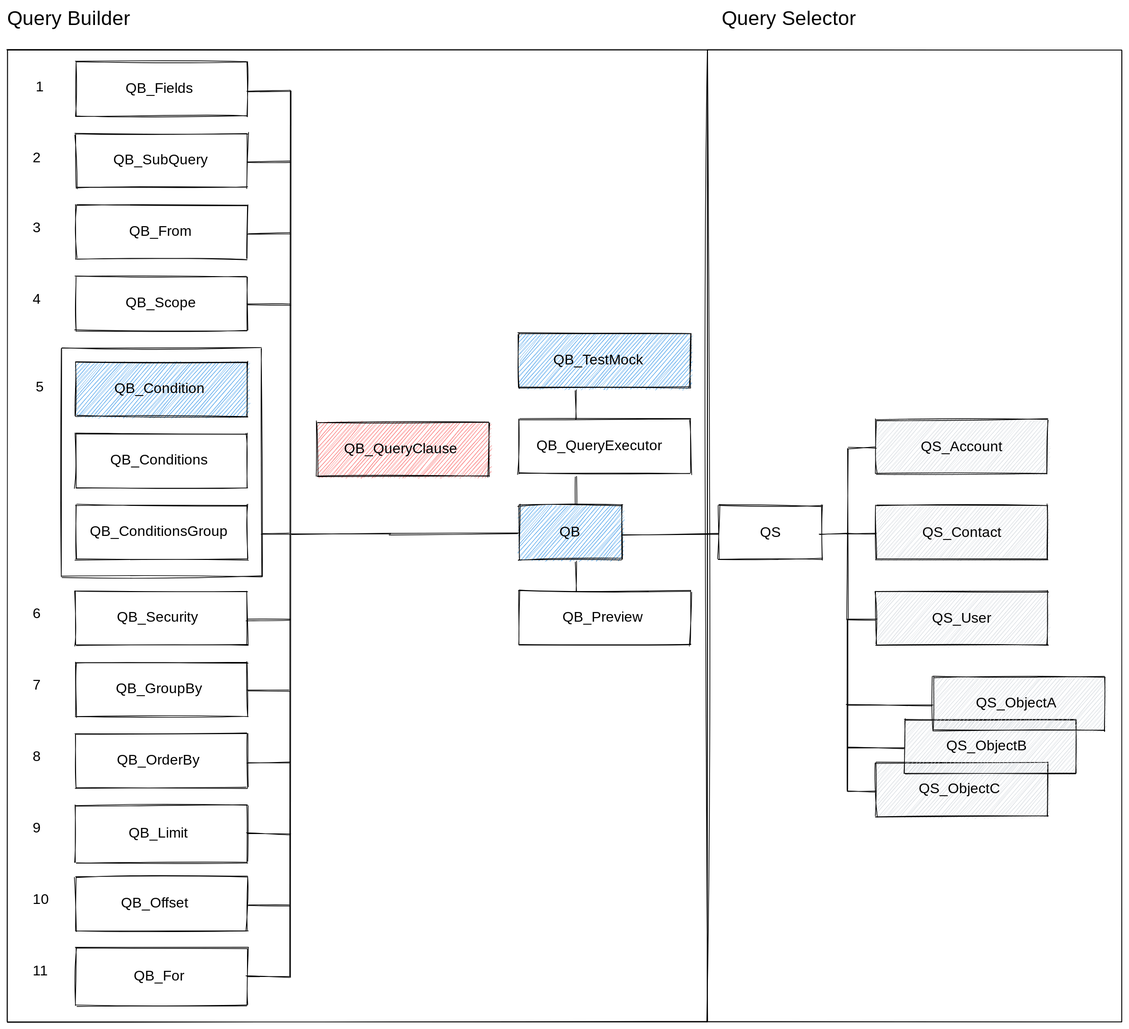
beyond-the-cloud-dev/soql-lib keeps this Excalidraw diagram as README.svg. Above is the earlier version. Source tidied: one line per element, renumbered; positions are measured from the earlier drawing's top-left corner, leaving out a move shared by most shapes.
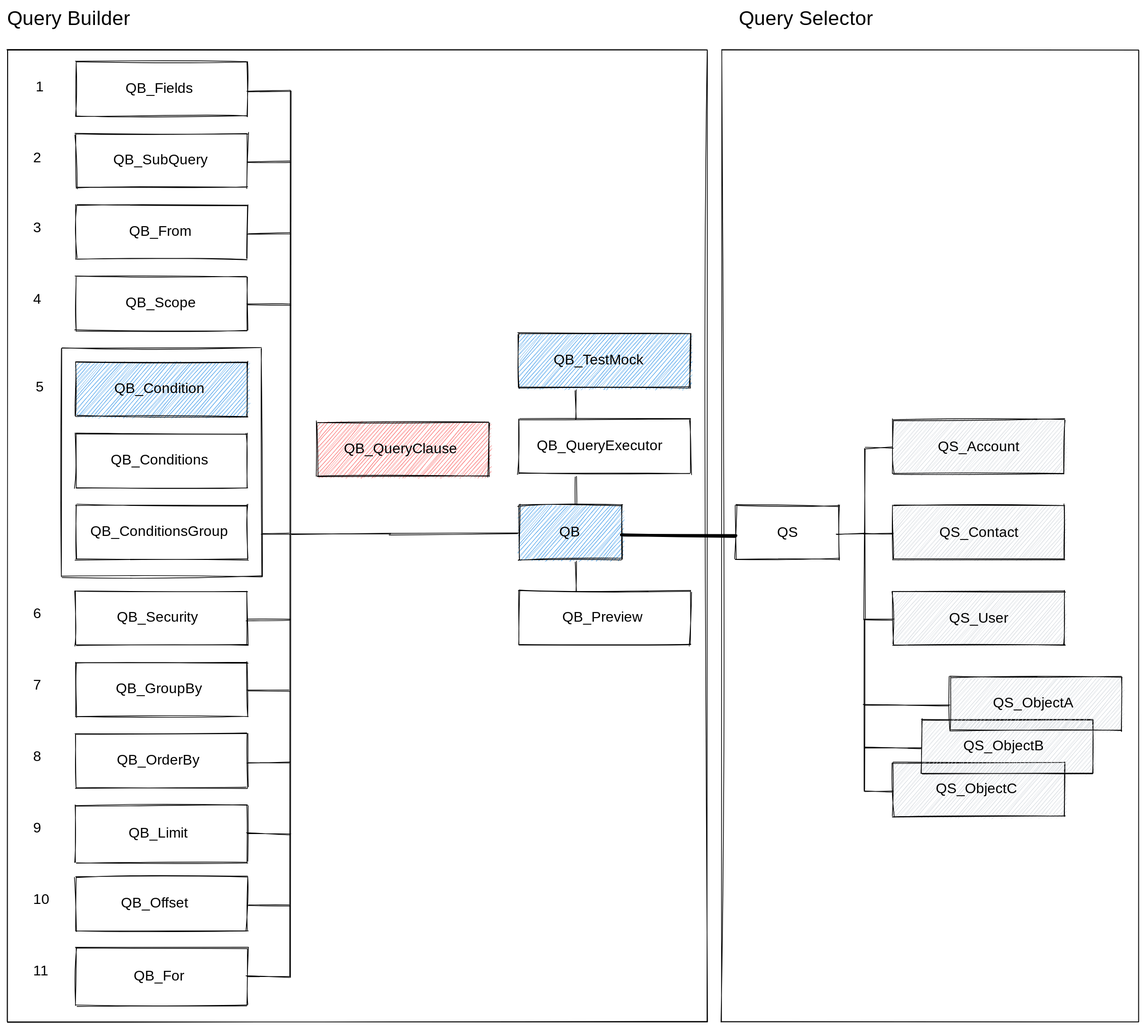
Above is the later version.

Change to the diagram source:
```diff
@@ -60,34 +60,34 @@
 {"id": 59, "type": "text", "text": "9", "strokeColor": "#000000", "backgroundColor": "#228be6", "fillStyle": "hachure", "strokeWidth": 1, "roughness": 1, "fontSize": 20, "fontFamily": 1, "x": 36, "y": 1137, "width": 14, "height": 25}
 {"id": 60, "type": "text", "text": "10", "strokeColor": "#000000", "backgroundColor": "#228be6", "fillStyle": "hachure", "strokeWidth": 1, "roughness": 1, "fontSize": 20, "fontFamily": 1, "x": 36, "y": 1237, "width": 21, "height": 25}
 {"id": 61, "type": "text", "text": "11", "strokeColor": "#000000", "backgroundColor": "#228be6", "fillStyle": "hachure", "strokeWidth": 1, "roughness": 1, "fontSize": 20, "fontFamily": 1, "x": 36, "y": 1337, "width": 13, "height": 25}
-{"id": 62, "type": "line", "strokeColor": "#000000", "backgroundColor": "#228be6", "fillStyle": "hachure", "strokeWidth": 1, "roughness": 1, "x": 862, "y": 738, "width": 134, "height": 1, "points": [[0, 0], [134, -1]]}
+{"id": 62, "type": "line", "strokeColor": "#000000", "backgroundColor": "#228be6", "fillStyle": "hachure", "strokeWidth": 4, "roughness": 1, "x": 862, "y": 738, "width": 158, "height": 2, "points": [[0, 0], [158, 2]]}
-{"id": 63, "type": "rectangle", "strokeColor": "#000000", "strokeWidth": 1, "roughness": 1, "x": 996, "y": 697, "width": 144, "height": 76}
+{"id": 63, "type": "rectangle", "strokeColor": "#000000", "strokeWidth": 1, "roughness": 1, "x": 1020, "y": 697, "width": 144, "height": 76}
-{"id": 64, "type": "text", "text": "QS", "strokeColor": "#000000", "strokeWidth": 1, "roughness": 1, "fontSize": 20, "fontFamily": 1, "textAlign": "center", "verticalAlign": "middle", "inside": 63, "x": 1054, "y": 723, "width": 28, "height": 25}
+{"id": 64, "type": "text", "text": "QS", "strokeColor": "#000000", "strokeWidth": 1, "roughness": 1, "fontSize": 20, "fontFamily": 1, "textAlign": "center", "verticalAlign": "middle", "inside": 63, "x": 1078, "y": 723, "width": 28, "height": 25}
-{"id": 65, "type": "rectangle", "strokeColor": "#000000", "backgroundColor": "#ced4da", "fillStyle": "hachure", "strokeWidth": 1, "roughness": 1, "x": 1216, "y": 817, "width": 240, "height": 76}
+{"id": 65, "type": "rectangle", "strokeColor": "#000000", "backgroundColor": "#ced4da", "fillStyle": "hachure", "strokeWidth": 1, "roughness": 1, "x": 1240, "y": 817, "width": 240, "height": 76}
-{"id": 66, "type": "text", "text": "QS_User", "strokeColor": "#000000", "strokeWidth": 1, "roughness": 1, "fontSize": 20, "fontFamily": 1, "textAlign": "center", "verticalAlign": "middle", "inside": 65, "x": 1292, "y": 843, "width": 89, "height": 25}
+{"id": 66, "type": "text", "text": "QS_User", "strokeColor": "#000000", "strokeWidth": 1, "roughness": 1, "fontSize": 20, "fontFamily": 1, "textAlign": "center", "verticalAlign": "middle", "inside": 65, "x": 1316, "y": 843, "width": 89, "height": 25}
-{"id": 67, "type": "rectangle", "strokeColor": "#000000", "backgroundColor": "#ced4da", "fillStyle": "hachure", "strokeWidth": 1, "roughness": 1, "x": 1216, "y": 697, "width": 240, "height": 76}
+{"id": 67, "type": "rectangle", "strokeColor": "#000000", "backgroundColor": "#ced4da", "fillStyle": "hachure", "strokeWidth": 1, "roughness": 1, "x": 1240, "y": 697, "width": 240, "height": 76}
-{"id": 68, "type": "text", "text": "QS_Contact", "strokeColor": "#000000", "strokeWidth": 1, "roughness": 1, "fontSize": 20, "fontFamily": 1, "textAlign": "center", "verticalAlign": "middle", "inside": 67, "x": 1274, "y": 723, "width": 124, "height": 25}
+{"id": 68, "type": "text", "text": "QS_Contact", "strokeColor": "#000000", "strokeWidth": 1, "roughness": 1, "fontSize": 20, "fontFamily": 1, "textAlign": "center", "verticalAlign": "middle", "inside": 67, "x": 1298, "y": 723, "width": 124, "height": 25}
-{"id": 69, "type": "rectangle", "strokeColor": "#000000", "backgroundColor": "#ced4da", "fillStyle": "hachure", "strokeWidth": 1, "roughness": 1, "x": 1216, "y": 577, "width": 240, "height": 76}
+{"id": 69, "type": "rectangle", "strokeColor": "#000000", "backgroundColor": "#ced4da", "fillStyle": "hachure", "strokeWidth": 1, "roughness": 1, "x": 1240, "y": 577, "width": 240, "height": 76}
-{"id": 70, "type": "text", "text": "QS_Account", "strokeColor": "#000000", "strokeWidth": 1, "roughness": 1, "fontSize": 20, "fontFamily": 1, "textAlign": "center", "verticalAlign": "middle", "inside": 69, "x": 1276, "y": 603, "width": 121, "height": 25}
+{"id": 70, "type": "text", "text": "QS_Account", "strokeColor": "#000000", "strokeWidth": 1, "roughness": 1, "fontSize": 20, "fontFamily": 1, "textAlign": "center", "verticalAlign": "middle", "inside": 69, "x": 1300, "y": 603, "width": 121, "height": 25}
-{"id": 71, "type": "line", "strokeColor": "#000000", "strokeWidth": 1, "roughness": 1, "x": 1136, "y": 737, "width": 40, "height": 0, "points": [[0, 0], [40, 0]]}
+{"id": 71, "type": "line", "strokeColor": "#000000", "strokeWidth": 1, "roughness": 1, "x": 1160, "y": 737, "width": 40, "height": 0, "points": [[0, 0], [40, 0]]}
-{"id": 72, "type": "line", "strokeColor": "#000000", "strokeWidth": 1, "roughness": 1, "x": 1176, "y": 617, "width": 0, "height": 240, "points": [[0, 0], [0, 240]]}
+{"id": 72, "type": "line", "strokeColor": "#000000", "strokeWidth": 1, "roughness": 1, "x": 1200, "y": 617, "width": 0, "height": 240, "points": [[0, 0], [0, 240]]}
-{"id": 73, "type": "line", "strokeColor": "#000000", "strokeWidth": 1, "roughness": 1, "x": 1176, "y": 617, "width": 40, "height": 0, "points": [[0, 0], [40, 0]]}
+{"id": 73, "type": "line", "strokeColor": "#000000", "strokeWidth": 1, "roughness": 1, "x": 1200, "y": 617, "width": 40, "height": 0, "points": [[0, 0], [40, 0]]}
-{"id": 74, "type": "line", "strokeColor": "#000000", "strokeWidth": 1, "roughness": 1, "x": 1176, "y": 737, "width": 40, "height": 0, "points": [[0, 0], [40, 0]]}
+{"id": 74, "type": "line", "strokeColor": "#000000", "strokeWidth": 1, "roughness": 1, "x": 1200, "y": 737, "width": 40, "height": 0, "points": [[0, 0], [40, 0]]}
-{"id": 75, "type": "line", "strokeColor": "#000000", "strokeWidth": 1, "roughness": 1, "x": 1176, "y": 857, "width": 40, "height": 0, "points": [[0, 0], [40, 0]]}
+{"id": 75, "type": "line", "strokeColor": "#000000", "strokeWidth": 1, "roughness": 1, "x": 1200, "y": 857, "width": 40, "height": 0, "points": [[0, 0], [40, 0]]}
-{"id": 76, "type": "rectangle", "strokeColor": "#000000", "backgroundColor": "#ced4da", "fillStyle": "hachure", "strokeWidth": 1, "roughness": 1, "x": 1216, "y": 1057, "width": 240, "height": 76}
+{"id": 76, "type": "rectangle", "strokeColor": "#000000", "backgroundColor": "#ced4da", "fillStyle": "hachure", "strokeWidth": 1, "roughness": 1, "x": 1240, "y": 1057, "width": 240, "height": 76}
-{"id": 77, "type": "rectangle", "strokeColor": "#000000", "backgroundColor": "#ced4da", "fillStyle": "hachure", "strokeWidth": 1, "roughness": 1, "x": 1256, "y": 997, "width": 240, "height": 76}
+{"id": 77, "type": "rectangle", "strokeColor": "#000000", "backgroundColor": "#ced4da", "fillStyle": "hachure", "strokeWidth": 1, "roughness": 1, "x": 1280, "y": 997, "width": 240, "height": 76}
-{"id": 78, "type": "rectangle", "strokeColor": "#000000", "backgroundColor": "#ced4da", "fillStyle": "hachure", "strokeWidth": 1, "roughness": 1, "x": 1296, "y": 937, "width": 240, "height": 76}
+{"id": 78, "type": "rectangle", "strokeColor": "#000000", "backgroundColor": "#ced4da", "fillStyle": "hachure", "strokeWidth": 1, "roughness": 1, "x": 1320, "y": 937, "width": 240, "height": 76}
-{"id": 79, "type": "line", "strokeColor": "#000000", "strokeWidth": 1, "roughness": 1, "x": 1176, "y": 857, "width": 0, "height": 240, "points": [[0, 0], [0, 240]]}
+{"id": 79, "type": "line", "strokeColor": "#000000", "strokeWidth": 1, "roughness": 1, "x": 1200, "y": 857, "width": 0, "height": 240, "points": [[0, 0], [0, 240]]}
 {"id": 80, "type": "rectangle", "strokeColor": "#000000", "backgroundColor": "#fa5252", "fillStyle": "hachure", "strokeWidth": 1, "roughness": 1, "x": 434, "y": 581, "width": 240, "height": 76}
 {"id": 81, "type": "text", "text": "QB_QueryClause", "strokeColor": "#000000", "backgroundColor": "#fa5252", "fillStyle": "hachure", "strokeWidth": 1, "roughness": 1, "fontSize": 20, "fontFamily": 1, "x": 471, "y": 606, "width": 166, "height": 25}
-{"id": 82, "type": "text", "text": "QS_ObjectA", "strokeColor": "#000000", "backgroundColor": "#fa5252", "fillStyle": "hachure", "strokeWidth": 1, "roughness": 1, "fontSize": 20, "fontFamily": 1, "x": 1356, "y": 962, "width": 121, "height": 25}
+{"id": 82, "type": "text", "text": "QS_ObjectA", "strokeColor": "#000000", "backgroundColor": "#fa5252", "fillStyle": "hachure", "strokeWidth": 1, "roughness": 1, "fontSize": 20, "fontFamily": 1, "x": 1380, "y": 962, "width": 121, "height": 25}
-{"id": 83, "type": "text", "text": "QS_ObjectB", "strokeColor": "#000000", "backgroundColor": "#fa5252", "fillStyle": "hachure", "strokeWidth": 1, "roughness": 1, "fontSize": 20, "fontFamily": 1, "x": 1314, "y": 1022, "width": 123, "height": 25}
+{"id": 83, "type": "text", "text": "QS_ObjectB", "strokeColor": "#000000", "backgroundColor": "#fa5252", "fillStyle": "hachure", "strokeWidth": 1, "roughness": 1, "fontSize": 20, "fontFamily": 1, "x": 1338, "y": 1022, "width": 123, "height": 25}
-{"id": 84, "type": "text", "text": "QS_ObjectC", "strokeColor": "#000000", "backgroundColor": "#fa5252", "fillStyle": "hachure", "strokeWidth": 1, "roughness": 1, "fontSize": 20, "fontFamily": 1, "x": 1276, "y": 1082, "width": 121, "height": 25}
+{"id": 84, "type": "text", "text": "QS_ObjectC", "strokeColor": "#000000", "backgroundColor": "#fa5252", "fillStyle": "hachure", "strokeWidth": 1, "roughness": 1, "fontSize": 20, "fontFamily": 1, "x": 1300, "y": 1082, "width": 121, "height": 25}
-{"id": 85, "type": "line", "strokeColor": "#000000", "backgroundColor": "#fa5252", "fillStyle": "hachure", "strokeWidth": 1, "roughness": 1, "x": 1176, "y": 1097, "width": 40, "height": 0, "points": [[0, 0], [40, 0]]}
+{"id": 85, "type": "line", "strokeColor": "#000000", "backgroundColor": "#fa5252", "fillStyle": "hachure", "strokeWidth": 1, "roughness": 1, "x": 1200, "y": 1097, "width": 40, "height": 0, "points": [[0, 0], [40, 0]]}
-{"id": 86, "type": "line", "strokeColor": "#000000", "backgroundColor": "#fa5252", "fillStyle": "hachure", "strokeWidth": 1, "roughness": 1, "x": 1176, "y": 1037, "width": 80, "height": 0, "points": [[0, 0], [80, 0]]}
+{"id": 86, "type": "line", "strokeColor": "#000000", "backgroundColor": "#fa5252", "fillStyle": "hachure", "strokeWidth": 1, "roughness": 1, "x": 1200, "y": 1037, "width": 80, "height": 0, "points": [[0, 0], [80, 0]]}
-{"id": 87, "type": "line", "strokeColor": "#000000", "backgroundColor": "#fa5252", "fillStyle": "hachure", "strokeWidth": 1, "roughness": 1, "x": 1176, "y": 977, "width": 120, "height": 0, "points": [[0, 0], [120, 0]]}
+{"id": 87, "type": "line", "strokeColor": "#000000", "backgroundColor": "#fa5252", "fillStyle": "hachure", "strokeWidth": 1, "roughness": 1, "x": 1200, "y": 977, "width": 120, "height": 0, "points": [[0, 0], [120, 0]]}
 {"id": 88, "type": "line", "strokeColor": "#000000", "backgroundColor": "#fa5252", "fillStyle": "hachure", "strokeWidth": 1, "roughness": 1, "x": 536, "y": 737, "width": 180, "height": 0, "points": [[0, 0], [180, 0]]}
 {"id": 89, "type": "rectangle", "strokeColor": "#000000", "strokeWidth": 1, "roughness": 1, "x": 0, "y": 60, "width": 980, "height": 1360}
 {"id": 90, "type": "text", "text": "Query Builder", "strokeColor": "#000000", "strokeWidth": 1, "roughness": 1, "fontSize": 28, "fontFamily": 1, "x": 0, "y": 0, "width": 185, "height": 36}
-{"id": 91, "type": "rectangle", "strokeColor": "#000000", "strokeWidth": 1, "roughness": 1, "x": 980, "y": 60, "width": 580, "height": 1360}
+{"id": 91, "type": "rectangle", "strokeColor": "#000000", "strokeWidth": 1, "roughness": 1, "x": 1000, "y": 60, "width": 584, "height": 1360}
-{"id": 92, "type": "text", "text": "Query Selector", "strokeColor": "#000000", "strokeWidth": 1, "roughness": 1, "fontSize": 28, "fontFamily": 1, "x": 1000, "y": 0, "width": 205, "height": 36}
+{"id": 92, "type": "text", "text": "Query Selector", "strokeColor": "#000000", "strokeWidth": 1, "roughness": 1, "fontSize": 28, "fontFamily": 1, "x": 1024, "y": 0, "width": 205, "height": 36}
```
